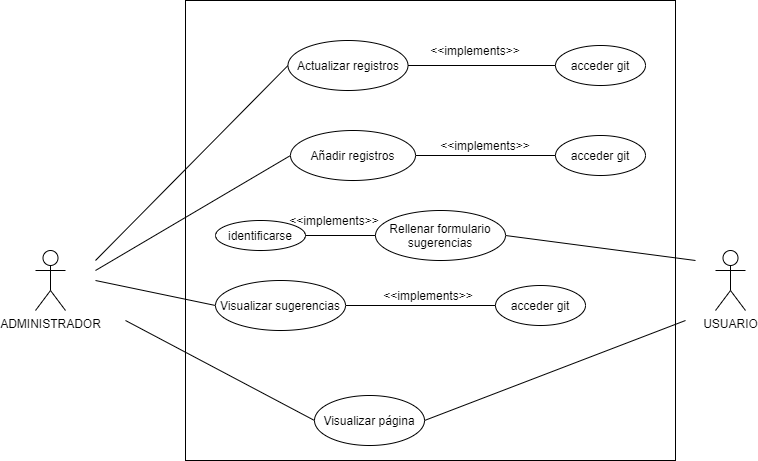
Earlier version of the draw.io export casos_de_uso_david_jardineria.png (AlvaroGlezDaw/Jardineria-DAW-grupo-1). Source tidied: cells renumbered, new cells last; positions are measured from the earlier drawing's top-left corner, leaving out a move shared by most shapes. The source it was exported from:
```xml
<mxGraphModel>
  <root>
    <mxCell id="0" />
    <mxCell id="1" parent="0" />
    <mxCell id="2" style="rounded=0;whiteSpace=wrap;html=1;" parent="1" vertex="1">
      <mxGeometry x="150" width="490" height="460" as="geometry" />
    </mxCell>
    <mxCell id="3" value="ADMINISTRADOR" style="shape=umlActor;verticalLabelPosition=bottom;verticalAlign=top;html=1;" parent="1" vertex="1">
      <mxGeometry y="250" width="30" height="60" as="geometry" />
    </mxCell>
    <mxCell id="4" value="USUARIO" style="shape=umlActor;verticalLabelPosition=bottom;verticalAlign=top;html=1;" parent="1" vertex="1">
      <mxGeometry x="680" y="250" width="30" height="60" as="geometry" />
    </mxCell>
    <mxCell id="5" style="edgeStyle=none;jettySize=auto;html=1;exitX=0;exitY=0.5;exitDx=0;exitDy=0;endArrow=none;" parent="1" edge="1" source="7">
      <mxGeometry relative="1" as="geometry">
        <mxPoint x="90" y="320" as="targetPoint" />
      </mxGeometry>
    </mxCell>
    <mxCell id="6" style="edgeStyle=none;jettySize=auto;html=1;exitX=1;exitY=0.5;exitDx=0;exitDy=0;endArrow=none;" parent="1" edge="1" source="7">
      <mxGeometry relative="1" as="geometry">
        <mxPoint x="650" y="320" as="targetPoint" />
      </mxGeometry>
    </mxCell>
    <mxCell id="7" value="Visualizar página" style="ellipse;whiteSpace=wrap;html=1;" parent="1" vertex="1">
      <mxGeometry x="279" y="395" width="110" height="50" as="geometry" />
    </mxCell>
    <mxCell id="8" style="edgeStyle=none;jettySize=auto;html=1;exitX=0;exitY=0.5;exitDx=0;exitDy=0;endArrow=none;" parent="1" edge="1" source="10">
      <mxGeometry relative="1" as="geometry">
        <mxPoint x="60" y="260" as="targetPoint" />
      </mxGeometry>
    </mxCell>
    <mxCell id="9" style="edgeStyle=none;jettySize=auto;html=1;exitX=1;exitY=0.5;exitDx=0;exitDy=0;entryX=0;entryY=0.5;entryDx=0;entryDy=0;endArrow=none;" parent="1" edge="1" source="10" target="19">
      <mxGeometry relative="1" as="geometry" />
    </mxCell>
    <mxCell id="10" value="Actualizar registros" style="ellipse;whiteSpace=wrap;html=1;" parent="1" vertex="1">
      <mxGeometry x="252.5" y="40" width="120" height="50" as="geometry" />
    </mxCell>
    <mxCell id="11" style="edgeStyle=none;jettySize=auto;html=1;exitX=0;exitY=0.5;exitDx=0;exitDy=0;endArrow=none;" parent="1" edge="1" source="13">
      <mxGeometry relative="1" as="geometry">
        <mxPoint x="60" y="270" as="targetPoint" />
      </mxGeometry>
    </mxCell>
    <mxCell id="12" style="edgeStyle=none;jettySize=auto;html=1;exitX=1;exitY=0.5;exitDx=0;exitDy=0;entryX=0;entryY=0.5;entryDx=0;entryDy=0;endArrow=none;" parent="1" edge="1" source="13" target="20">
      <mxGeometry relative="1" as="geometry" />
    </mxCell>
    <mxCell id="13" value="Añadir registros" style="ellipse;whiteSpace=wrap;html=1;" parent="1" vertex="1">
      <mxGeometry x="255" y="130" width="125" height="50" as="geometry" />
    </mxCell>
    <mxCell id="14" style="edgeStyle=none;jettySize=auto;html=1;exitX=1;exitY=0.5;exitDx=0;exitDy=0;endArrow=none;" parent="1" edge="1" source="15">
      <mxGeometry relative="1" as="geometry">
        <mxPoint x="660" y="260" as="targetPoint" />
      </mxGeometry>
    </mxCell>
    <mxCell id="15" value="Rellenar formulario&lt;br&gt;sugerencias" style="ellipse;whiteSpace=wrap;html=1;" parent="1" vertex="1">
      <mxGeometry x="340" y="210" width="130" height="50" as="geometry" />
    </mxCell>
    <mxCell id="16" style="edgeStyle=none;jettySize=auto;html=1;exitX=0;exitY=0.5;exitDx=0;exitDy=0;endArrow=none;" parent="1" edge="1" source="18">
      <mxGeometry relative="1" as="geometry">
        <mxPoint x="60" y="280" as="targetPoint" />
      </mxGeometry>
    </mxCell>
    <mxCell id="17" style="edgeStyle=none;jettySize=auto;html=1;exitX=1;exitY=0.5;exitDx=0;exitDy=0;entryX=0;entryY=0.5;entryDx=0;entryDy=0;endArrow=none;" parent="1" edge="1" source="18" target="23">
      <mxGeometry relative="1" as="geometry" />
    </mxCell>
    <mxCell id="18" value="Visualizar sugerencias" style="ellipse;whiteSpace=wrap;html=1;" parent="1" vertex="1">
      <mxGeometry x="180" y="280" width="130" height="50" as="geometry" />
    </mxCell>
    <mxCell id="19" value="acceder git" style="ellipse;whiteSpace=wrap;html=1;" parent="1" vertex="1">
      <mxGeometry x="520" y="45" width="90" height="40" as="geometry" />
    </mxCell>
    <mxCell id="20" value="acceder git" style="ellipse;whiteSpace=wrap;html=1;" parent="1" vertex="1">
      <mxGeometry x="520" y="135" width="90" height="40" as="geometry" />
    </mxCell>
    <mxCell id="21" value="&amp;lt;&amp;lt;implements&amp;gt;&amp;gt;" style="text;html=1;strokeColor=none;fillColor=none;align=center;verticalAlign=middle;whiteSpace=wrap;rounded=0;" parent="1" vertex="1">
      <mxGeometry x="430" y="135" width="40" height="20" as="geometry" />
    </mxCell>
    <mxCell id="22" value="&amp;lt;&amp;lt;implements&amp;gt;&amp;gt;" style="text;html=1;strokeColor=none;fillColor=none;align=center;verticalAlign=middle;whiteSpace=wrap;rounded=0;" parent="1" vertex="1">
      <mxGeometry x="420" y="40" width="40" height="20" as="geometry" />
    </mxCell>
    <mxCell id="23" value="acceder git" style="ellipse;whiteSpace=wrap;html=1;" parent="1" vertex="1">
      <mxGeometry x="460" y="285" width="90" height="40" as="geometry" />
    </mxCell>
    <mxCell id="24" value="&amp;lt;&amp;lt;implements&amp;gt;&amp;gt;" style="text;html=1;strokeColor=none;fillColor=none;align=center;verticalAlign=middle;whiteSpace=wrap;rounded=0;" parent="1" vertex="1">
      <mxGeometry x="372.5" y="285" width="40" height="20" as="geometry" />
    </mxCell>
    <mxCell id="25" style="edgeStyle=none;jettySize=auto;html=1;exitX=1;exitY=0.5;exitDx=0;exitDy=0;entryX=0;entryY=0.5;entryDx=0;entryDy=0;endArrow=none;" parent="1" edge="1" source="26" target="15">
      <mxGeometry relative="1" as="geometry" />
    </mxCell>
    <mxCell id="26" value="identificarse" style="ellipse;whiteSpace=wrap;html=1;" parent="1" vertex="1">
      <mxGeometry x="180" y="220" width="90" height="30" as="geometry" />
    </mxCell>
    <mxCell id="27" value="&amp;lt;&amp;lt;implements&amp;gt;&amp;gt;" style="text;html=1;strokeColor=none;fillColor=none;align=center;verticalAlign=middle;whiteSpace=wrap;rounded=0;" parent="1" vertex="1">
      <mxGeometry x="279" y="210" width="40" height="20" as="geometry" />
    </mxCell>
  </root>
</mxGraphModel>
```
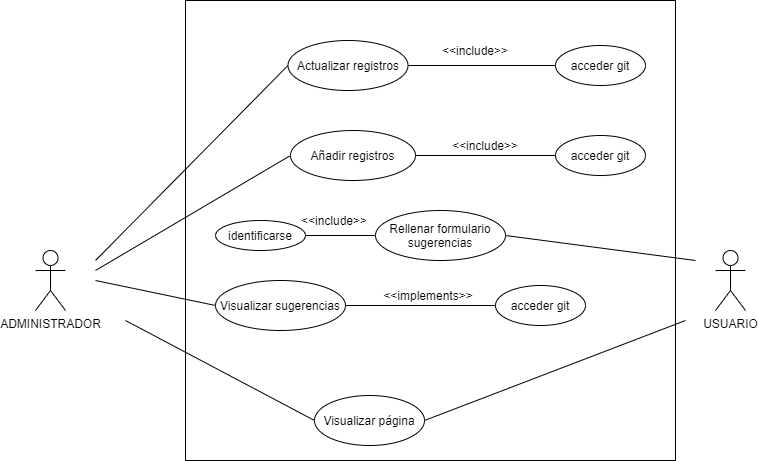
Above is the later version.

Commit message:
Resubido caso de uso_david, corregido

What changed in the source:
```diff
@@ -71,10 +71,10 @@
     <mxCell id="20" value="acceder git" style="ellipse;whiteSpace=wrap;html=1;" parent="1" vertex="1">
       <mxGeometry x="520" y="135" width="90" height="40" as="geometry" />
     </mxCell>
-    <mxCell id="21" value="&amp;lt;&amp;lt;implements&amp;gt;&amp;gt;" style="text;html=1;strokeColor=none;fillColor=none;align=center;verticalAlign=middle;whiteSpace=wrap;rounded=0;" parent="1" vertex="1">
+    <mxCell id="21" value="&amp;lt;&amp;lt;include&amp;gt;&amp;gt;" style="text;html=1;strokeColor=none;fillColor=none;align=center;verticalAlign=middle;whiteSpace=wrap;rounded=0;" parent="1" vertex="1">
       <mxGeometry x="430" y="135" width="40" height="20" as="geometry" />
     </mxCell>
-    <mxCell id="22" value="&amp;lt;&amp;lt;implements&amp;gt;&amp;gt;" style="text;html=1;strokeColor=none;fillColor=none;align=center;verticalAlign=middle;whiteSpace=wrap;rounded=0;" parent="1" vertex="1">
+    <mxCell id="22" value="&amp;lt;&amp;lt;include&amp;gt;&amp;gt;" style="text;html=1;strokeColor=none;fillColor=none;align=center;verticalAlign=middle;whiteSpace=wrap;rounded=0;" parent="1" vertex="1">
       <mxGeometry x="420" y="40" width="40" height="20" as="geometry" />
     </mxCell>
     <mxCell id="23" value="acceder git" style="ellipse;whiteSpace=wrap;html=1;" parent="1" vertex="1">
@@ -89,7 +89,7 @@
     <mxCell id="26" value="identificarse" style="ellipse;whiteSpace=wrap;html=1;" parent="1" vertex="1">
       <mxGeometry x="180" y="220" width="90" height="30" as="geometry" />
     </mxCell>
-    <mxCell id="27" value="&amp;lt;&amp;lt;implements&amp;gt;&amp;gt;" style="text;html=1;strokeColor=none;fillColor=none;align=center;verticalAlign=middle;whiteSpace=wrap;rounded=0;" parent="1" vertex="1">
+    <mxCell id="27" value="&amp;lt;&amp;lt;include&amp;gt;&amp;gt;" style="text;html=1;strokeColor=none;fillColor=none;align=center;verticalAlign=middle;whiteSpace=wrap;rounded=0;" parent="1" vertex="1">
       <mxGeometry x="279" y="210" width="40" height="20" as="geometry" />
     </mxCell>
   </root>
```
